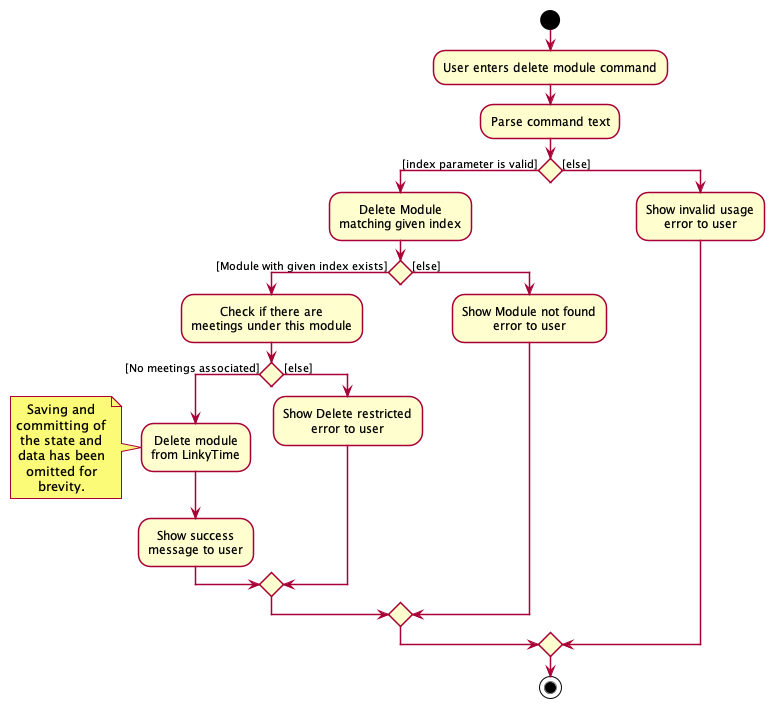
Earlier version of the PlantUML export docs/images/DeleteModuleActivityDiagram.png (zfs-old-crap/linkytime).
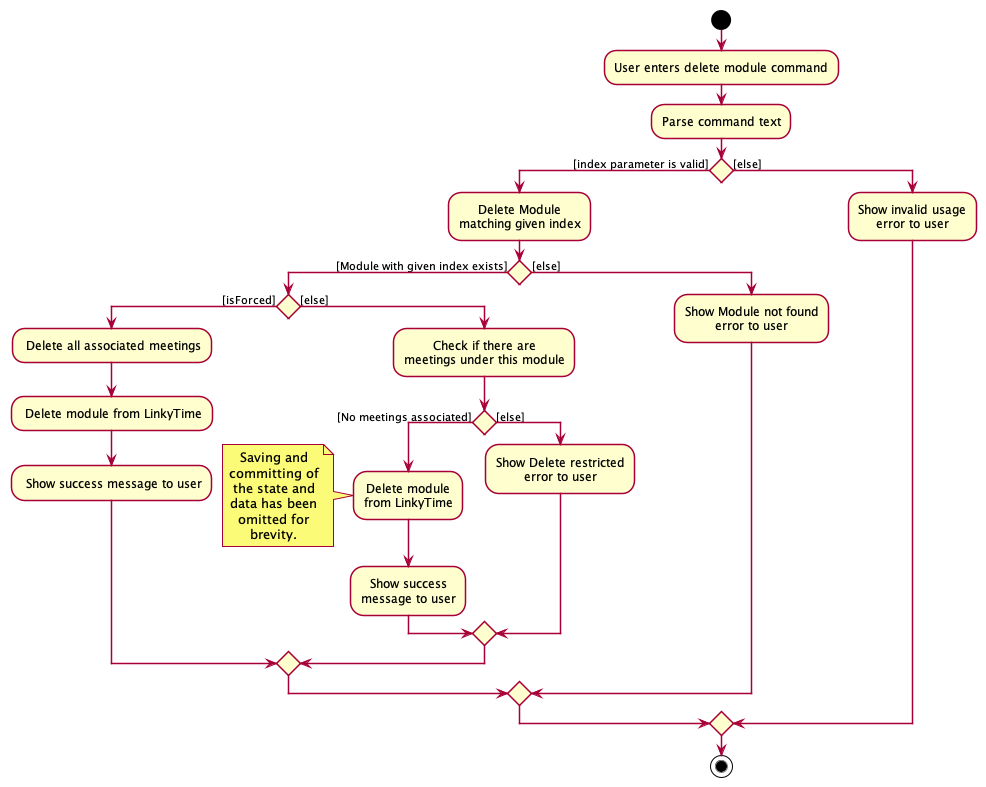
The same diagram one commit later.

Commit message:
Add delete module command implementation detail and UML diagrams

The edit, as a diff of the source:
```diff
@@ -7,6 +7,11 @@
 :Delete Module
 matching given index;
 if () then ([Module with given index exists])
+if () then ([isForced])
+: Delete all associated meetings;
+: Delete module from LinkyTime;
+: Show success message to user;
+else ([else])
 :Check if there are
 meetings under this module;
 if () then ([No meetings associated])
@@ -26,6 +31,7 @@
 :Show Delete restricted
 error to user;
 endif
+endif
 else ([else])
 :Show Module not found
 error to user;
```
